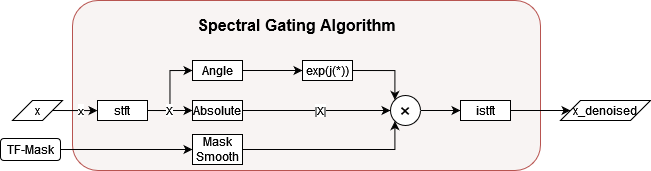
This is supplementary_material/graphs/SpectralGatingScheme.png from noisereduce/TorchSpectralGating, a draw.io export, as it was before one commit. Source tidied: cells renumbered, new cells last; positions are measured from the earlier drawing's top-left corner, leaving out a move shared by most shapes.
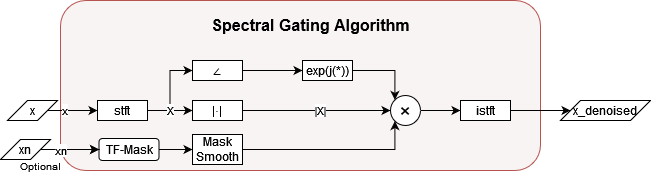
Above is the later version.

Diff of the diagram source:
```diff
@@ -3,13 +3,13 @@
     <mxCell id="0" />
     <mxCell id="1" parent="0" />
     <mxCell id="2" style="rounded=1;whiteSpace=wrap;html=1;fillColor=#F8F4F3;strokeColor=#b85450;" parent="1" vertex="1">
-      <mxGeometry x="72" width="468" height="170" as="geometry" />
+      <mxGeometry x="60" width="480" height="170" as="geometry" />
     </mxCell>
     <mxCell id="3" value="x" style="edgeStyle=orthogonalEdgeStyle;rounded=0;jettySize=auto;html=1;exitX=1;exitY=0.5;exitDx=0;exitDy=0;" parent="1" edge="1" source="4" target="7">
-      <mxGeometry x="0.38" relative="1" as="geometry" />
+      <mxGeometry x="-0.35" relative="1" as="geometry" />
     </mxCell>
     <mxCell id="4" value="x" style="shape=parallelogram;perimeter=parallelogramPerimeter;whiteSpace=wrap;html=1;fixedSize=1;" parent="1" vertex="1">
-      <mxGeometry x="12" y="100" width="50" height="20" as="geometry" />
+      <mxGeometry x="7" y="100" width="50" height="20" as="geometry" />
     </mxCell>
     <mxCell id="5" style="edgeStyle=orthogonalEdgeStyle;rounded=0;jettySize=auto;html=1;exitX=1;exitY=0.5;exitDx=0;exitDy=0;entryX=0;entryY=0.5;entryDx=0;entryDy=0;" parent="1" edge="1" source="7" target="11">
       <mxGeometry relative="1" as="geometry" />
@@ -23,17 +23,17 @@
     <mxCell id="8" value="|X|" style="edgeStyle=orthogonalEdgeStyle;rounded=0;jettySize=auto;html=1;exitX=1;exitY=0.5;exitDx=0;exitDy=0;entryX=0;entryY=0.5;entryDx=0;entryDy=0;" parent="1" edge="1" source="9" target="19">
       <mxGeometry x="0.05" relative="1" as="geometry" />
     </mxCell>
-    <mxCell id="9" value="Absolute" style="rounded=0;whiteSpace=wrap;html=1;" parent="1" vertex="1">
+    <mxCell id="9" value="|⋅|" style="rounded=0;whiteSpace=wrap;html=1;" parent="1" vertex="1">
       <mxGeometry x="192" y="100" width="50" height="20" as="geometry" />
     </mxCell>
     <mxCell id="10" style="edgeStyle=orthogonalEdgeStyle;rounded=0;jettySize=auto;html=1;exitX=1;exitY=0.5;exitDx=0;exitDy=0;entryX=0;entryY=0.5;entryDx=0;entryDy=0;" parent="1" edge="1" source="11" target="15">
       <mxGeometry relative="1" as="geometry" />
     </mxCell>
-    <mxCell id="11" value="Angle" style="rounded=0;whiteSpace=wrap;html=1;" parent="1" vertex="1">
+    <mxCell id="11" value="∠" style="rounded=0;whiteSpace=wrap;html=1;" parent="1" vertex="1">
       <mxGeometry x="192" y="60" width="50" height="20" as="geometry" />
     </mxCell>
     <mxCell id="12" value="&lt;font style=&quot;font-size: 16px;&quot;&gt;Spectral Gating Algorithm&lt;br&gt;&lt;/font&gt;" style="text;strokeColor=none;align=center;fillColor=none;html=1;verticalAlign=middle;whiteSpace=wrap;rounded=0;fontStyle=1;" parent="1" vertex="1">
-      <mxGeometry x="158.5" y="10" width="275" height="30" as="geometry" />
+      <mxGeometry x="172.5" y="10" width="275" height="30" as="geometry" />
     </mxCell>
     <mxCell id="13" style="edgeStyle=orthogonalEdgeStyle;rounded=0;jettySize=auto;html=1;exitX=1;exitY=0.5;exitDx=0;exitDy=0;entryX=0;entryY=0.5;entryDx=0;entryDy=0;" parent="1" edge="1" source="19" target="17">
       <mxGeometry relative="1" as="geometry" />
@@ -60,7 +60,7 @@
       <mxGeometry relative="1" as="geometry" />
     </mxCell>
     <mxCell id="21" value="TF-Mask" style="rounded=1;whiteSpace=wrap;html=1;" parent="1" vertex="1">
-      <mxGeometry y="138" width="60" height="22" as="geometry" />
+      <mxGeometry x="98.5" y="138" width="60" height="22" as="geometry" />
     </mxCell>
     <mxCell id="22" style="edgeStyle=orthogonalEdgeStyle;rounded=0;jettySize=auto;html=1;exitX=1;exitY=0.5;exitDx=0;exitDy=0;entryX=0;entryY=1;entryDx=0;entryDy=0;" parent="1" edge="1" source="23" target="19">
       <mxGeometry relative="1" as="geometry" />
@@ -68,5 +68,17 @@
     <mxCell id="23" value="Mask Smooth" style="rounded=0;whiteSpace=wrap;html=1;" parent="1" vertex="1">
       <mxGeometry x="192" y="134" width="50" height="30" as="geometry" />
     </mxCell>
+    <mxCell id="24" style="edgeStyle=orthogonalEdgeStyle;rounded=0;jettySize=auto;html=1;exitX=1;exitY=0.5;exitDx=0;exitDy=0;entryX=0;entryY=0.5;entryDx=0;entryDy=0;" parent="1" edge="1" source="26" target="21">
+      <mxGeometry relative="1" as="geometry" />
+    </mxCell>
+    <mxCell id="25" value="xn" style="edgeStyle=orthogonalEdgeStyle;rounded=0;jettySize=auto;html=1;" parent="1" edge="1" source="26" target="21">
+      <mxGeometry x="-0.32" y="-1" relative="1" as="geometry" />
+    </mxCell>
+    <mxCell id="26" value="xn" style="shape=parallelogram;perimeter=parallelogramPerimeter;whiteSpace=wrap;html=1;fixedSize=1;" parent="1" vertex="1">
+      <mxGeometry y="139" width="50" height="20" as="geometry" />
+    </mxCell>
+    <mxCell id="27" value="&lt;font style=&quot;font-size: 10px;&quot;&gt;Optional&lt;/font&gt;" style="text;strokeColor=none;align=center;fillColor=none;html=1;verticalAlign=middle;whiteSpace=wrap;rounded=0;" parent="1" vertex="1">
+      <mxGeometry x="10" y="150" width="60" height="30" as="geometry" />
+    </mxCell>
   </root>
 </mxGraphModel>
```
